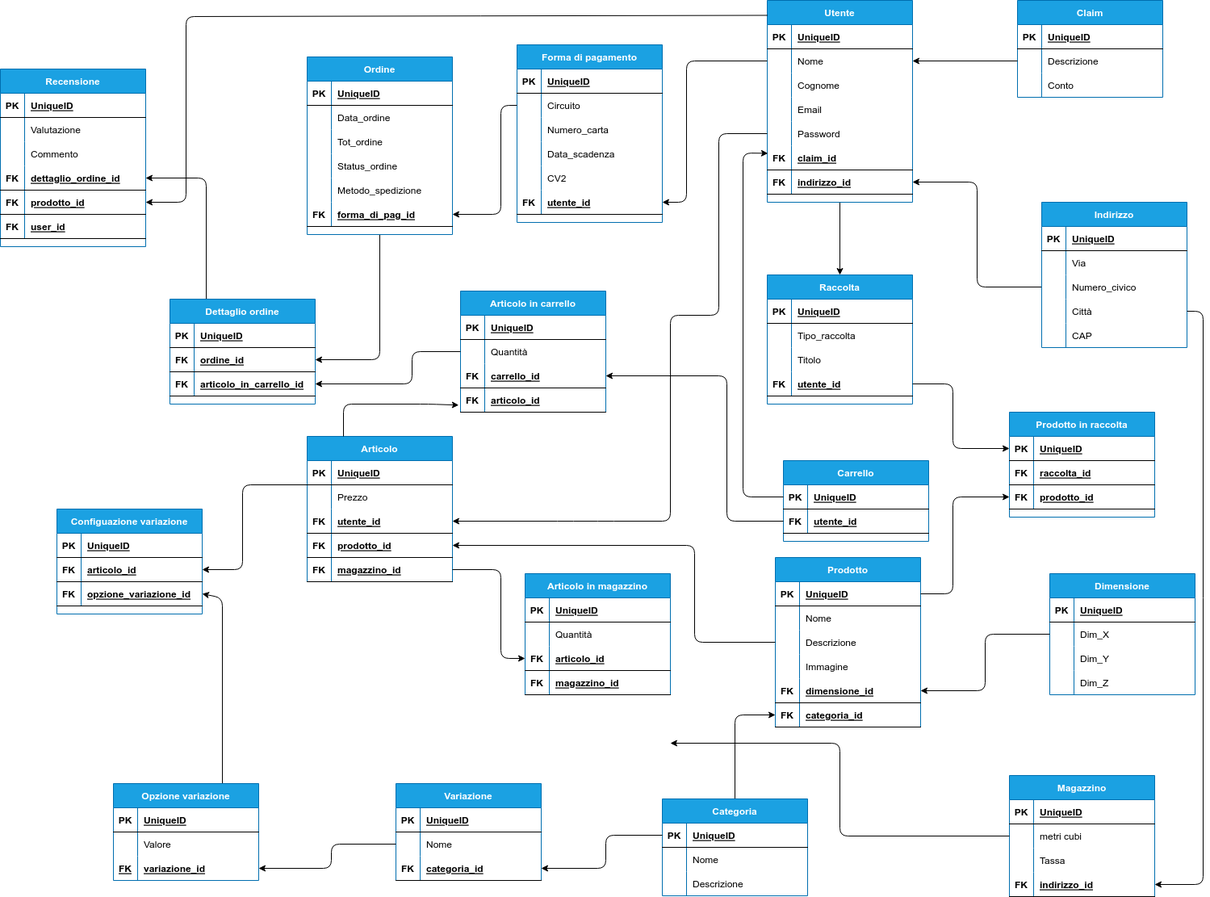
This is doc/modello_logico/modello_logico.png from EndriDomiUni/E-commerce, a draw.io export, as it was before one commit. Source tidied: cells renumbered, new cells last; positions are measured from the earlier drawing's top-left corner, leaving out a move shared by most shapes.
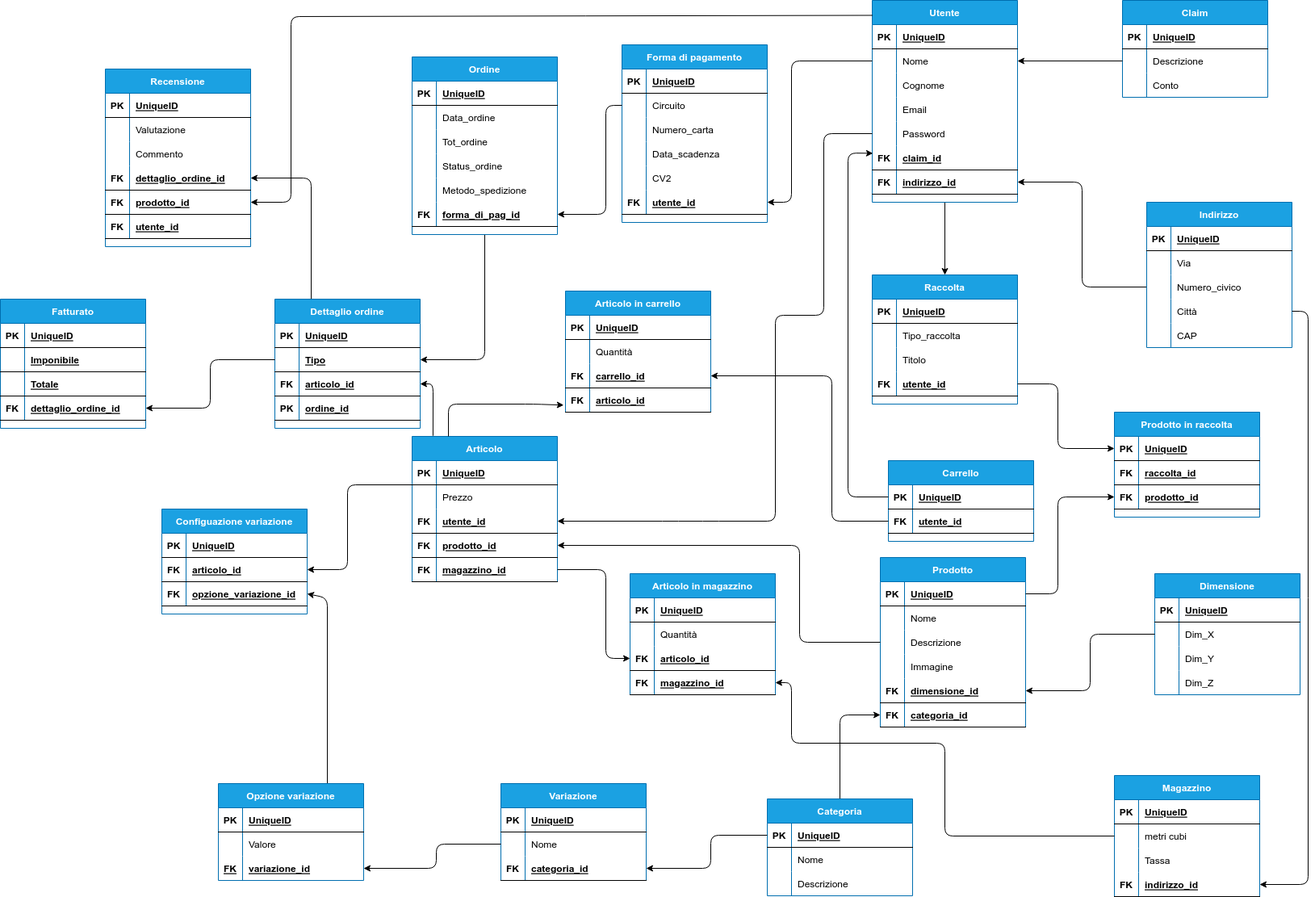
The same file after the commit.

What changed in the source:
```diff
@@ -325,7 +325,7 @@
       </mxGeometry>
     </mxCell>
     <mxCell id="105" value="Dettaglio ordine" style="shape=table;startSize=30;rowLines=0;fontStyle=1;align=center;fillColor=#1ba1e2;fontColor=#ffffff;strokeColor=#006EAF;" parent="1" vertex="1">
-      <mxGeometry x="210" y="370" width="180" height="130" as="geometry" />
+      <mxGeometry x="210" y="370" width="180" height="160" as="geometry" />
     </mxCell>
     <mxCell id="106" style="shape=partialRectangle;fillColor=none;top=0;left=0;bottom=1;right=0;" parent="105" vertex="1">
       <mxGeometry y="30" width="180" height="30" as="geometry" />
@@ -339,10 +339,10 @@
     <mxCell id="109" style="shape=partialRectangle;fillColor=none;top=0;left=0;bottom=1;right=0;points=[[0,0.5],[1,0.5]];portConstraint=eastwest;" parent="105" vertex="1">
       <mxGeometry y="60" width="180" height="30" as="geometry" />
     </mxCell>
-    <mxCell id="110" value="FK" style="shape=partialRectangle;fillColor=none;top=0;left=0;bottom=0;right=0;fontStyle=1;overflow=hidden;" parent="109" vertex="1">
+    <mxCell id="110" style="shape=partialRectangle;fillColor=none;top=0;left=0;bottom=0;right=0;fontStyle=1;overflow=hidden;" parent="109" vertex="1">
       <mxGeometry width="30" height="30" as="geometry" />
     </mxCell>
-    <mxCell id="111" value="ordine_id" style="shape=partialRectangle;fillColor=none;top=0;left=0;bottom=0;right=0;align=left;spacingLeft=6;fontStyle=5;overflow=hidden;" parent="109" vertex="1">
+    <mxCell id="111" value="Tipo" style="shape=partialRectangle;fillColor=none;top=0;left=0;bottom=0;right=0;align=left;spacingLeft=6;fontStyle=5;overflow=hidden;" parent="109" vertex="1">
       <mxGeometry x="30" width="150" height="30" as="geometry" />
     </mxCell>
     <mxCell id="112" style="shape=partialRectangle;fillColor=none;top=0;left=0;bottom=1;right=0;points=[[0,0.5],[1,0.5]];portConstraint=eastwest;" parent="105" vertex="1">
@@ -351,9 +351,18 @@
     <mxCell id="113" value="FK" style="shape=partialRectangle;fillColor=none;top=0;left=0;bottom=0;right=0;fontStyle=1;overflow=hidden;" parent="112" vertex="1">
       <mxGeometry width="30" height="30" as="geometry" />
     </mxCell>
-    <mxCell id="114" value="articolo_in_carrello_id" style="shape=partialRectangle;fillColor=none;top=0;left=0;bottom=0;right=0;align=left;spacingLeft=6;fontStyle=5;overflow=hidden;" parent="112" vertex="1">
+    <mxCell id="114" value="articolo_id" style="shape=partialRectangle;fillColor=none;top=0;left=0;bottom=0;right=0;align=left;spacingLeft=6;fontStyle=5;overflow=hidden;" parent="112" vertex="1">
       <mxGeometry x="30" width="150" height="30" as="geometry" />
     </mxCell>
+    <mxCell id="299" style="shape=partialRectangle;fillColor=none;top=0;left=0;bottom=1;right=0;" parent="105" vertex="1">
+      <mxGeometry y="120" width="180" height="30" as="geometry" />
+    </mxCell>
+    <mxCell id="300" value="PK" style="shape=partialRectangle;fillColor=none;top=0;left=0;bottom=0;right=0;fontStyle=1;overflow=hidden;" parent="299" vertex="1">
+      <mxGeometry width="30" height="30" as="geometry" />
+    </mxCell>
+    <mxCell id="301" value="ordine_id" style="shape=partialRectangle;fillColor=none;top=0;left=0;bottom=0;right=0;align=left;spacingLeft=6;fontStyle=5;overflow=hidden;" parent="299" vertex="1">
+      <mxGeometry x="30" width="150" height="30" as="geometry" />
+    </mxCell>
     <mxCell id="115" value="Carrello" style="shape=table;startSize=30;rowLines=0;fontStyle=1;align=center;fillColor=#1ba1e2;fontColor=#ffffff;strokeColor=#006EAF;" parent="1" vertex="1">
       <mxGeometry x="970" y="570" width="180" height="100" as="geometry" />
     </mxCell>
@@ -850,7 +859,7 @@
     <mxCell id="260" value="FK" style="shape=partialRectangle;fillColor=none;top=0;left=0;bottom=0;right=0;fontStyle=1;overflow=hidden;" parent="259" vertex="1">
       <mxGeometry width="30" height="30" as="geometry" />
     </mxCell>
-    <mxCell id="261" value="user_id" style="shape=partialRectangle;fillColor=none;top=0;left=0;bottom=0;right=0;align=left;spacingLeft=6;fontStyle=5;overflow=hidden;" parent="259" vertex="1">
+    <mxCell id="261" value="utente_id" style="shape=partialRectangle;fillColor=none;top=0;left=0;bottom=0;right=0;align=left;spacingLeft=6;fontStyle=5;overflow=hidden;" parent="259" vertex="1">
       <mxGeometry x="30" width="150" height="30" as="geometry" />
     </mxCell>
     <mxCell id="262" value="Articolo" style="shape=table;startSize=30;rowLines=0;fontStyle=1;align=center;fillColor=#1ba1e2;fontColor=#ffffff;strokeColor=#006EAF;" parent="1" vertex="1">
@@ -901,11 +910,10 @@
     <mxCell id="277" value="magazzino_id" style="shape=partialRectangle;fillColor=none;top=0;left=0;bottom=0;right=0;align=left;spacingLeft=6;fontStyle=5;overflow=hidden;" parent="275" vertex="1">
       <mxGeometry x="30" width="150" height="30" as="geometry" />
     </mxCell>
-    <mxCell id="278" style="edgeStyle=none;html=1;entryX=1;entryY=0.5;entryDx=0;entryDy=0;exitX=0;exitY=0.5;exitDx=0;exitDy=0;" parent="1" edge="1" source="127" target="112">
+    <mxCell id="278" style="edgeStyle=none;html=1;entryX=1;entryY=0.5;entryDx=0;entryDy=0;exitX=0.144;exitY=-0.004;exitDx=0;exitDy=0;exitPerimeter=0;" parent="1" edge="1" source="262" target="112">
       <mxGeometry relative="1" as="geometry">
         <Array as="points">
-          <mxPoint x="510" y="435" />
-          <mxPoint x="510" y="475" />
+          <mxPoint x="406" y="475" />
         </Array>
       </mxGeometry>
     </mxCell>
@@ -1001,14 +1009,62 @@
         </Array>
       </mxGeometry>
     </mxCell>
-    <mxCell id="298" style="edgeStyle=none;html=1;exitX=0;exitY=0.5;exitDx=0;exitDy=0;" parent="1" edge="1" source="190">
+    <mxCell id="298" style="edgeStyle=none;html=1;exitX=0;exitY=0.5;exitDx=0;exitDy=0;entryX=1;entryY=0.5;entryDx=0;entryDy=0;" parent="1" edge="1" source="190" target="294">
       <mxGeometry relative="1" as="geometry">
-        <mxPoint x="830" y="920" as="targetPoint" />
         <Array as="points">
           <mxPoint x="1040" y="1035" />
           <mxPoint x="1040" y="920" />
+          <mxPoint x="850" y="920" />
+          <mxPoint x="850" y="845" />
         </Array>
       </mxGeometry>
     </mxCell>
+    <mxCell id="302" value="Fatturato" style="shape=table;startSize=30;rowLines=0;fontStyle=1;align=center;fillColor=#1ba1e2;fontColor=#ffffff;strokeColor=#006EAF;" parent="1" vertex="1">
+      <mxGeometry x="-130" y="370" width="180" height="160" as="geometry" />
+    </mxCell>
+    <mxCell id="303" style="shape=partialRectangle;fillColor=none;top=0;left=0;bottom=1;right=0;" parent="302" vertex="1">
+      <mxGeometry y="30" width="180" height="30" as="geometry" />
+    </mxCell>
+    <mxCell id="304" value="PK" style="shape=partialRectangle;fillColor=none;top=0;left=0;bottom=0;right=0;fontStyle=1;overflow=hidden;" parent="303" vertex="1">
+      <mxGeometry width="30" height="30" as="geometry" />
+    </mxCell>
+    <mxCell id="305" value="UniqueID" style="shape=partialRectangle;fillColor=none;top=0;left=0;bottom=0;right=0;align=left;spacingLeft=6;fontStyle=5;overflow=hidden;" parent="303" vertex="1">
+      <mxGeometry x="30" width="150" height="30" as="geometry" />
+    </mxCell>
+    <mxCell id="306" style="shape=partialRectangle;fillColor=none;top=0;left=0;bottom=1;right=0;" parent="302" vertex="1">
+      <mxGeometry y="60" width="180" height="30" as="geometry" />
+    </mxCell>
+    <mxCell id="307" style="shape=partialRectangle;fillColor=none;top=0;left=0;bottom=0;right=0;fontStyle=1;overflow=hidden;" parent="306" vertex="1">
+      <mxGeometry width="30" height="30" as="geometry" />
+    </mxCell>
+    <mxCell id="308" value="Imponibile" style="shape=partialRectangle;fillColor=none;top=0;left=0;bottom=0;right=0;align=left;spacingLeft=6;fontStyle=5;overflow=hidden;" parent="306" vertex="1">
+      <mxGeometry x="30" width="150" height="30" as="geometry" />
+    </mxCell>
+    <mxCell id="309" style="shape=partialRectangle;fillColor=none;top=0;left=0;bottom=1;right=0;" parent="302" vertex="1">
+      <mxGeometry y="90" width="180" height="30" as="geometry" />
+    </mxCell>
+    <mxCell id="310" style="shape=partialRectangle;fillColor=none;top=0;left=0;bottom=0;right=0;fontStyle=1;overflow=hidden;" parent="309" vertex="1">
+      <mxGeometry width="30" height="30" as="geometry" />
+    </mxCell>
+    <mxCell id="311" value="Totale" style="shape=partialRectangle;fillColor=none;top=0;left=0;bottom=0;right=0;align=left;spacingLeft=6;fontStyle=5;overflow=hidden;" parent="309" vertex="1">
+      <mxGeometry x="30" width="150" height="30" as="geometry" />
+    </mxCell>
+    <mxCell id="312" style="shape=partialRectangle;fillColor=none;top=0;left=0;bottom=1;right=0;points=[[0,0.5],[1,0.5]];portConstraint=eastwest;" parent="302" vertex="1">
+      <mxGeometry y="120" width="180" height="30" as="geometry" />
+    </mxCell>
+    <mxCell id="313" value="FK" style="shape=partialRectangle;fillColor=none;top=0;left=0;bottom=0;right=0;fontStyle=1;overflow=hidden;" parent="312" vertex="1">
+      <mxGeometry width="30" height="30" as="geometry" />
+    </mxCell>
+    <mxCell id="314" value="dettaglio_ordine_id" style="shape=partialRectangle;fillColor=none;top=0;left=0;bottom=0;right=0;align=left;spacingLeft=6;fontStyle=5;overflow=hidden;" parent="312" vertex="1">
+      <mxGeometry x="30" width="150" height="30" as="geometry" />
+    </mxCell>
+    <mxCell id="315" style="edgeStyle=none;html=1;exitX=0;exitY=0.5;exitDx=0;exitDy=0;entryX=1;entryY=0.5;entryDx=0;entryDy=0;" parent="1" edge="1" source="109" target="312">
+      <mxGeometry relative="1" as="geometry">
+        <Array as="points">
+          <mxPoint x="130" y="445" />
+          <mxPoint x="130" y="505" />
+        </Array>
+      </mxGeometry>
+    </mxCell>
   </root>
 </mxGraphModel>
```
